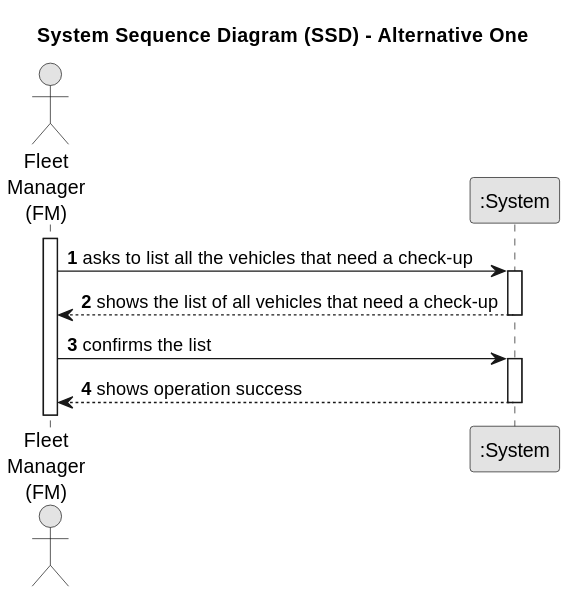
The PlantUML diagram docs/sprintA/us008/01.requirements-engineering/svg/us008-system-sequence-diagram-alternative-one.svg in diogoveirospro/lei-24-s2-1dg-g072, before a commit.
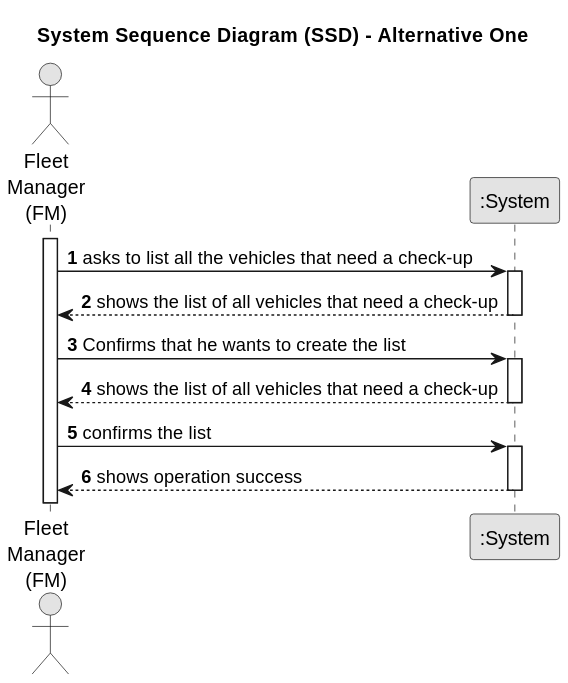
Above is the later version.

The edit, as a diff of the source:
```diff
@@ -17,12 +17,14 @@
 
         System --> Employee : shows the list of all vehicles that need a check-up
     deactivate System
+    Employee -> System : Confirms that he wants to create the list
+        activate System
 
+            System --> Employee : shows the list of all vehicles that need a check-up
+        deactivate System
     Employee -> System : confirms the list
     activate System
 
         System --> Employee : shows operation success
     deactivate System
-
-
 @enduml
```
